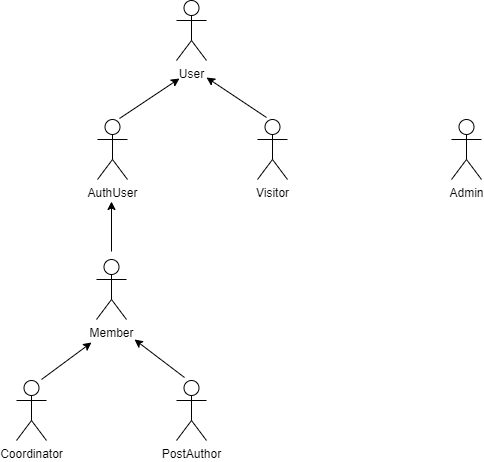
This is Docs/ActorsDiagram.png from Andrepereira2001/feup-lbaw-2021, a draw.io export, as it was before one commit. Source tidied: cells renumbered, new cells last; positions are measured from the earlier drawing's top-left corner, leaving out a move shared by most shapes. Its diagram source:
```xml
<mxGraphModel>
  <root>
    <mxCell id="0" />
    <mxCell id="1" parent="0" />
    <mxCell id="2" value="User" style="shape=umlActor;verticalLabelPosition=bottom;verticalAlign=top;html=1;" parent="1" vertex="1">
      <mxGeometry x="160" width="30" height="60" as="geometry" />
    </mxCell>
    <mxCell id="3" value="AuthUser" style="shape=umlActor;verticalLabelPosition=bottom;verticalAlign=top;html=1;" parent="1" vertex="1">
      <mxGeometry x="81" y="119" width="30" height="60" as="geometry" />
    </mxCell>
    <mxCell id="4" value="Coordinator" style="shape=umlActor;verticalLabelPosition=bottom;verticalAlign=top;html=1;" parent="1" vertex="1">
      <mxGeometry y="380" width="30" height="60" as="geometry" />
    </mxCell>
    <mxCell id="5" value="Member" style="shape=umlActor;verticalLabelPosition=bottom;verticalAlign=top;html=1;" parent="1" vertex="1">
      <mxGeometry x="80" y="259" width="30" height="60" as="geometry" />
    </mxCell>
    <mxCell id="6" value="Admin" style="shape=umlActor;verticalLabelPosition=bottom;verticalAlign=top;html=1;" parent="1" vertex="1">
      <mxGeometry x="435" y="119" width="30" height="60" as="geometry" />
    </mxCell>
    <mxCell id="7" value="Visitor" style="shape=umlActor;verticalLabelPosition=bottom;verticalAlign=top;html=1;" parent="1" vertex="1">
      <mxGeometry x="241" y="119" width="30" height="60" as="geometry" />
    </mxCell>
    <mxCell id="8" value="PostAuthor" style="shape=umlActor;verticalLabelPosition=bottom;verticalAlign=top;html=1;" parent="1" vertex="1">
      <mxGeometry x="160" y="380" width="30" height="60" as="geometry" />
    </mxCell>
    <mxCell id="9" style="endArrow=classic;html=1;rounded=0;" parent="1" edge="1">
      <mxGeometry relative="1" as="geometry">
        <mxPoint x="250" y="117" as="sourcePoint" />
        <mxPoint x="190" y="77" as="targetPoint" />
      </mxGeometry>
    </mxCell>
    <mxCell id="10" style="endArrow=classic;html=1;rounded=0;" parent="1" edge="1">
      <mxGeometry relative="1" as="geometry">
        <mxPoint x="103" y="118" as="sourcePoint" />
        <mxPoint x="163" y="78" as="targetPoint" />
      </mxGeometry>
    </mxCell>
    <mxCell id="11" style="endArrow=classic;html=1;rounded=0;" parent="1" edge="1">
      <mxGeometry relative="1" as="geometry">
        <mxPoint x="95" y="251" as="sourcePoint" />
        <mxPoint x="95" y="201" as="targetPoint" />
      </mxGeometry>
    </mxCell>
    <mxCell id="12" style="endArrow=classic;html=1;rounded=0;" parent="1" edge="1">
      <mxGeometry relative="1" as="geometry">
        <mxPoint x="168" y="377" as="sourcePoint" />
        <mxPoint x="118" y="339" as="targetPoint" />
      </mxGeometry>
    </mxCell>
    <mxCell id="13" style="endArrow=classic;html=1;rounded=0;" parent="1" edge="1">
      <mxGeometry relative="1" as="geometry">
        <mxPoint x="25" y="379" as="sourcePoint" />
        <mxPoint x="75" y="342" as="targetPoint" />
      </mxGeometry>
    </mxCell>
  </root>
</mxGraphModel>
```
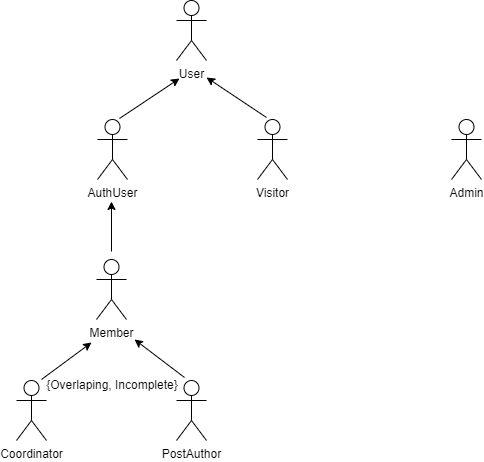
Later version of the same file.

Change to the diagram source:
```diff
@@ -53,5 +53,8 @@
         <mxPoint x="75" y="342" as="targetPoint" />
       </mxGeometry>
     </mxCell>
+    <mxCell id="14" value="{Overlaping, Incomplete}" style="text;html=1;strokeColor=none;fillColor=none;align=center;verticalAlign=middle;whiteSpace=wrap;rounded=0;" parent="1" vertex="1">
+      <mxGeometry x="21" y="369" width="150" height="29" as="geometry" />
+    </mxCell>
   </root>
 </mxGraphModel>
```
